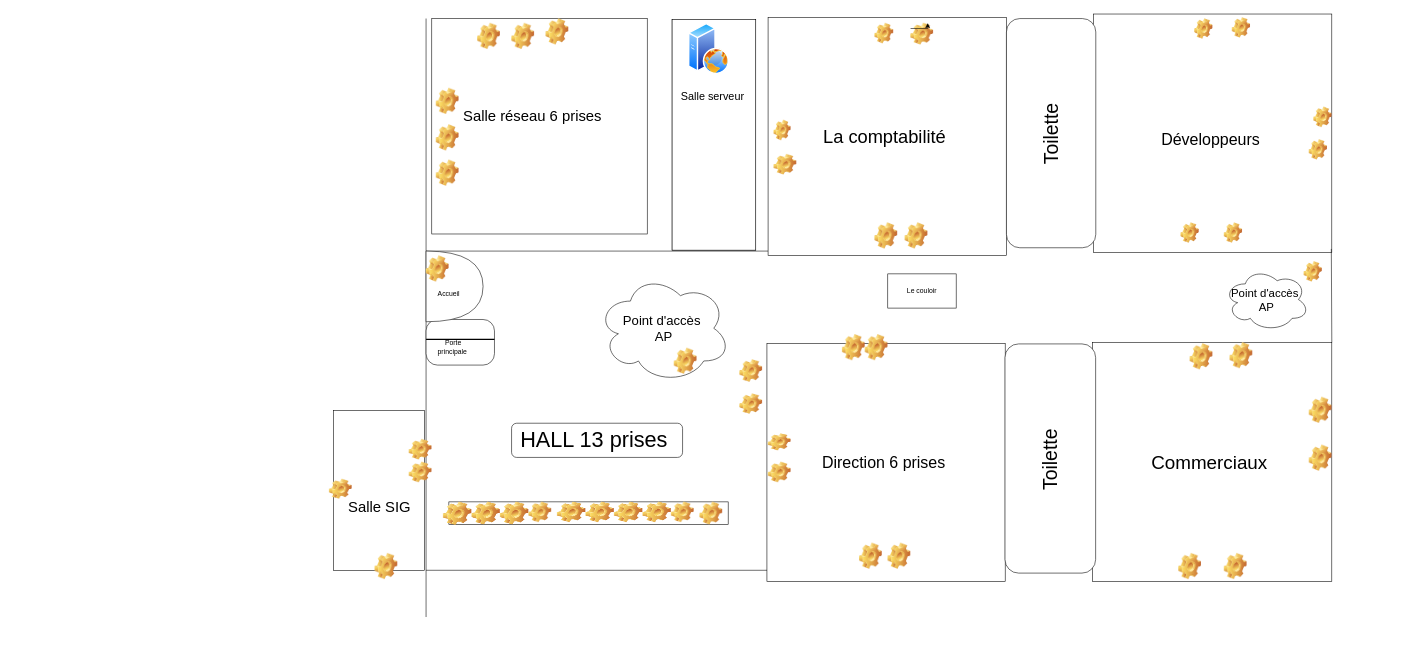
This is Diagramme sans nom.drawio from DevepProd/0x00-Fix_My_Code_Challenge, a draw.io file, before an edit. Source tidied: cells renumbered, new cells numbered last; positions are measured from the earlier drawing's top-left corner, leaving out a move shared by most shapes. Both pictures are drawn from the tidied source at 57%, with x=0, y=0 at pixel (299, 14).
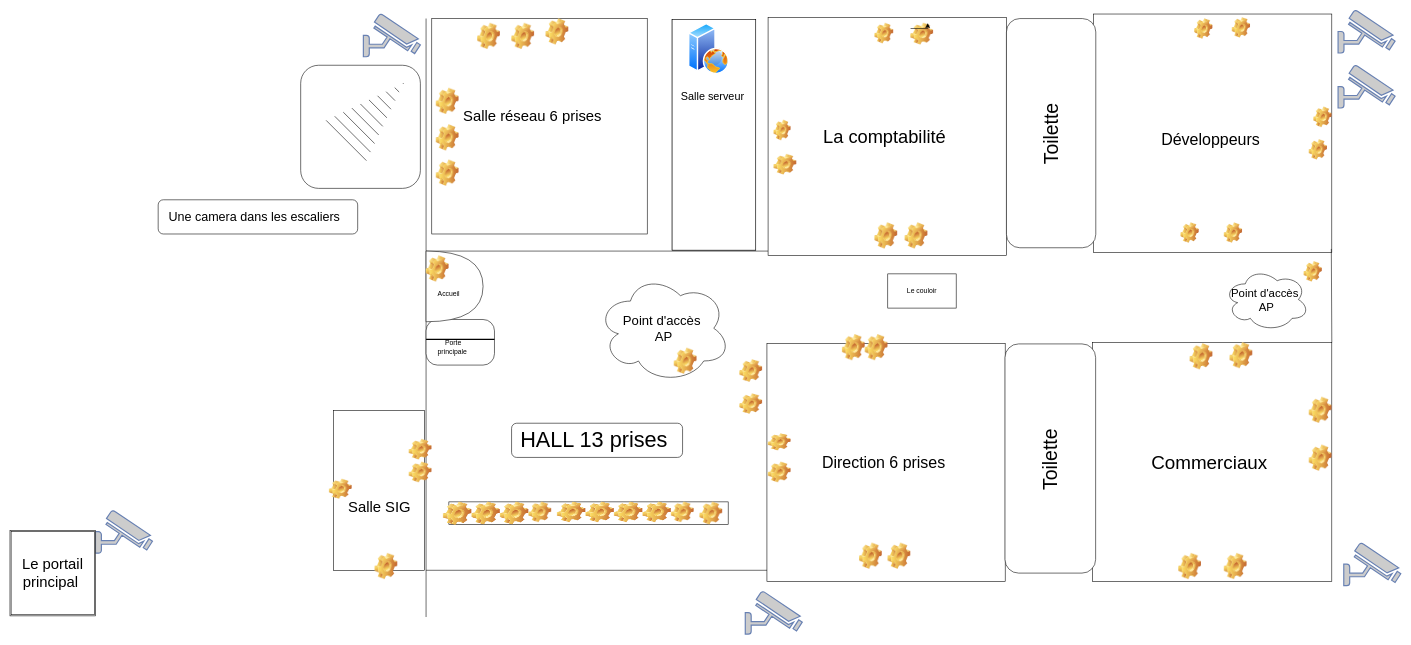
The same page after the edit.

Commit message (it also covers changes not shown here):
Mettre à jour Diagramme sans nom.drawio

What changed in the source:
```diff
@@
+    <mxCell id="81" style="fontColor=#0066CC;verticalAlign=top;verticalLabelPosition=bottom;labelPosition=center;align=center;html=1;fillColor=#CCCCCC;strokeColor=#6881B3;gradientColor=none;gradientDirection=north;strokeWidth=2;shape=mxgraph.networks.security_camera;" parent="1" vertex="1">
+      <mxGeometry x="112" y="0.1" width="100" height="75" as="geometry" />
+    </mxCell>
+    <mxCell id="82" style="fontColor=#0066CC;verticalAlign=top;verticalLabelPosition=bottom;labelPosition=center;align=center;html=1;fillColor=#CCCCCC;strokeColor=#6881B3;gradientColor=none;gradientDirection=north;strokeWidth=2;shape=mxgraph.networks.security_camera;" parent="1" vertex="1">
+      <mxGeometry x="1822" y="-6.5" width="100" height="75" as="geometry" />
+    </mxCell>
+    <mxCell id="83" style="fontColor=#0066CC;verticalAlign=top;verticalLabelPosition=bottom;labelPosition=center;align=center;html=1;fillColor=#CCCCCC;strokeColor=#6881B3;gradientColor=none;gradientDirection=north;strokeWidth=2;shape=mxgraph.networks.security_camera;" parent="1" vertex="1">
+      <mxGeometry x="1822" y="90" width="100" height="75" as="geometry" />
+    </mxCell>
+    <mxCell id="84" style="fontColor=#0066CC;verticalAlign=top;verticalLabelPosition=bottom;labelPosition=center;align=center;html=1;fillColor=#CCCCCC;strokeColor=#6881B3;gradientColor=none;gradientDirection=north;strokeWidth=2;shape=mxgraph.networks.security_camera;" parent="1" vertex="1">
+      <mxGeometry x="1832" y="928" width="100" height="75" as="geometry" />
+    </mxCell>
+    <mxCell id="85" style="fontColor=#0066CC;verticalAlign=top;verticalLabelPosition=bottom;labelPosition=center;align=center;html=1;fillColor=#CCCCCC;strokeColor=#6881B3;gradientColor=none;gradientDirection=north;strokeWidth=2;shape=mxgraph.networks.security_camera;" parent="1" vertex="1">
+      <mxGeometry x="-358" y="871" width="100" height="75" as="geometry" />
+    </mxCell>
+    <mxCell id="86" value="&lt;font style=&quot;font-size: 26px;&quot;&gt;Le portail principal&amp;nbsp;&lt;/font&gt;" style="shape=ext;double=1;whiteSpace=wrap;html=1;" parent="1" vertex="1">
+      <mxGeometry x="-508" y="906" width="150" height="150" as="geometry" />
+    </mxCell>
+    <mxCell id="87" style="fontColor=#0066CC;verticalAlign=top;verticalLabelPosition=bottom;labelPosition=center;align=center;html=1;fillColor=#CCCCCC;strokeColor=#6881B3;gradientColor=none;gradientDirection=north;strokeWidth=2;shape=mxgraph.networks.security_camera;" parent="1" vertex="1">
+      <mxGeometry x="782" y="1013" width="100" height="75" as="geometry" />
+    </mxCell>
+    <mxCell id="88" value="&lt;font style=&quot;font-size: 22px;&quot;&gt;Une camera dans les escaliers&amp;nbsp;&amp;nbsp;&lt;/font&gt;" style="rounded=1;whiteSpace=wrap;html=1;" parent="1" vertex="1">
+      <mxGeometry x="-248" y="326" width="350" height="60" as="geometry" />
+    </mxCell>
+    <mxCell id="89" style="rounded=1;whiteSpace=wrap;html=1;" parent="1" vertex="1">
+      <mxGeometry x="2" y="90" width="210" height="216" as="geometry" />
+    </mxCell>
+    <mxCell id="90" style="shape=mxgraph.arrows2.wedgeArrowDashed2;html=1;startWidth=50;stepSize=15;rounded=0;" parent="1" edge="1">
+      <mxGeometry relative="1" as="geometry">
+        <mxPoint x="82" y="222" as="sourcePoint" />
+        <mxPoint x="182" y="122" as="targetPoint" />
+      </mxGeometry>
+    </mxCell>
```
